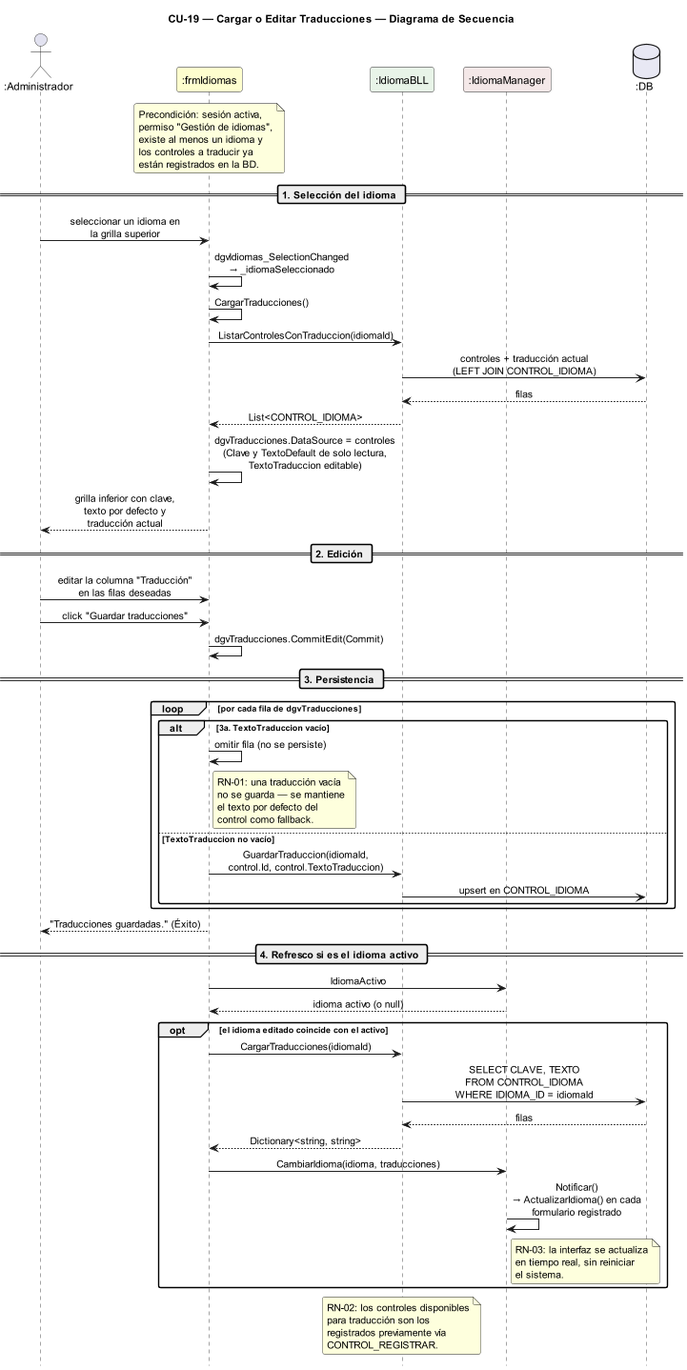
The PlantUML diagram DIAGRAMAS/DiagramaSecuencia_CU19_CargarEditarTraducciones.png in Urrels/ingenieria_software, before a commit.
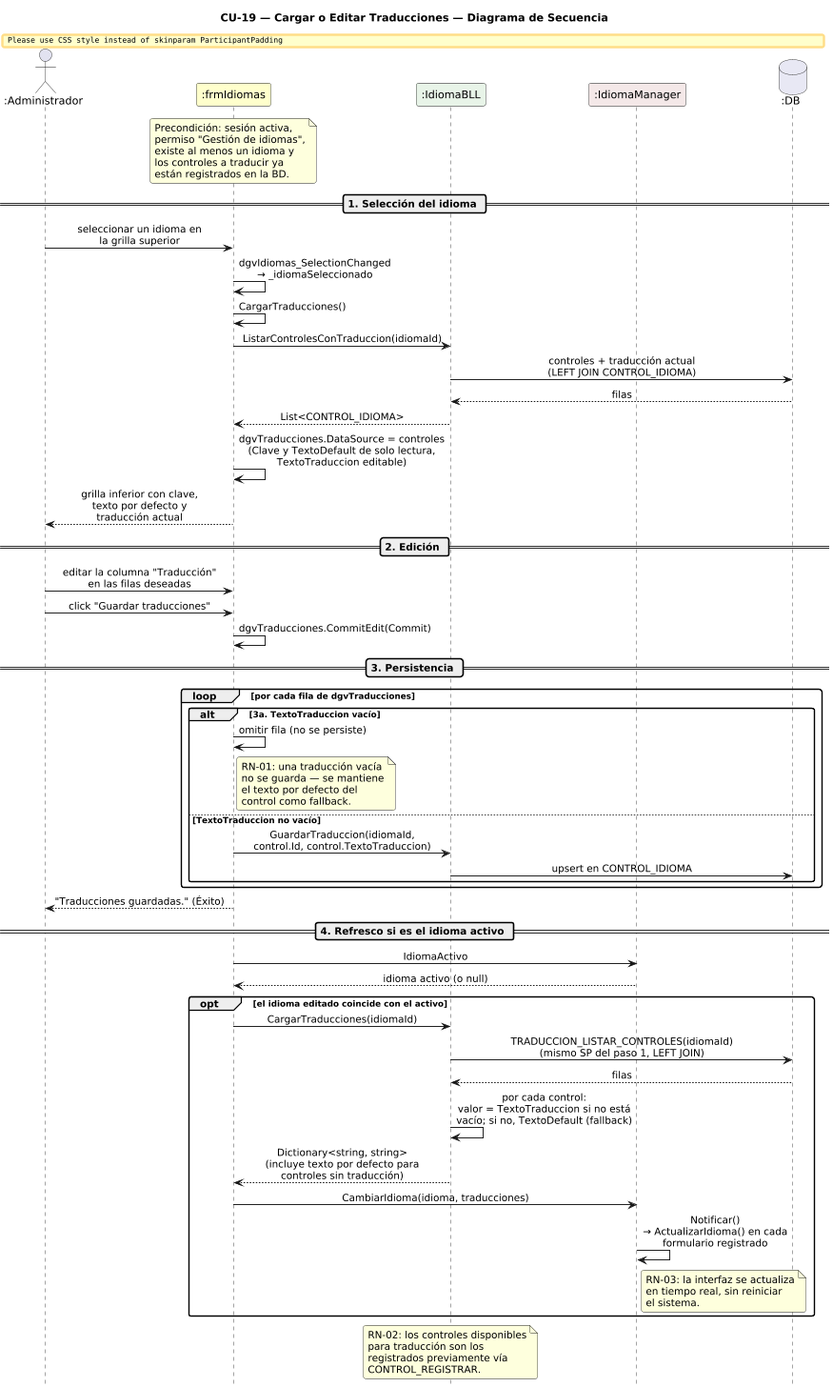
After the commit.

Commit message:
docs: corrige diagramas CU07/CU08/CU09/CU19/CU20 (paginado real, fallback traducciones, refresco de sesión)

Diff of the diagram source:
```diff
@@ -70,9 +70,10 @@
 
 opt el idioma editado coincide con el activo
   FI -> IB : CargarTraducciones(idiomaId)
-  IB -> DB : SELECT CLAVE, TEXTO\nFROM CONTROL_IDIOMA\nWHERE IDIOMA_ID = idiomaId
+  IB -> DB : TRADUCCION_LISTAR_CONTROLES(idiomaId)\n(mismo SP del paso 1, LEFT JOIN)
   DB --> IB : filas
-  IB --> FI : Dictionary<string, string>
+  IB -> IB : por cada control:\nvalor = TextoTraduccion si no está\nvacío; si no, TextoDefault (fallback)
+  IB --> FI : Dictionary<string, string>\n(incluye texto por defecto para\ncontroles sin traducción)
   FI -> IM : CambiarIdioma(idioma, traducciones)
   IM -> IM : Notificar()\n→ ActualizarIdioma() en cada\nformulario registrado
   note right of IM
```
